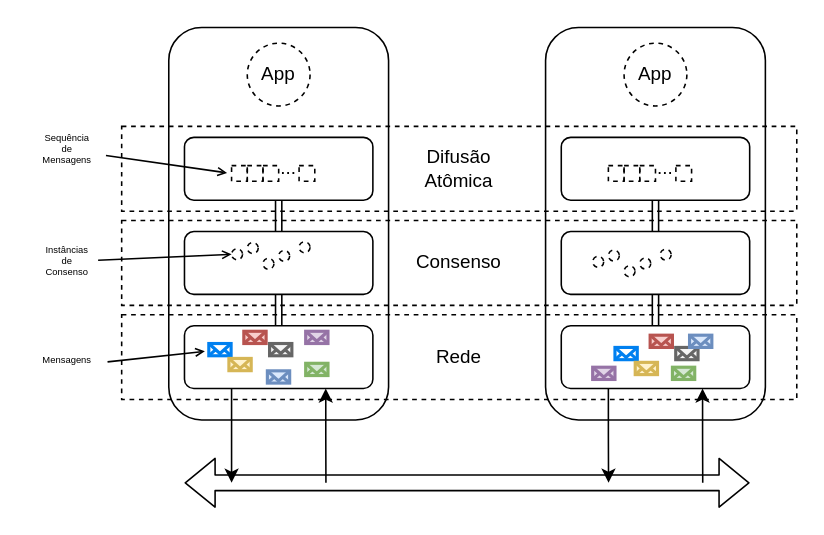
The draw.io diagram docs/drawings/abcast2.drawio in lasarojc/ds_notes, before the edit. Source tidied: cells renumbered, new cells numbered last; positions are measured from the earlier drawing's top-left corner, leaving out a move shared by most shapes. Both pictures are drawn from the tidied source at 157%, with x=0, y=0 at pixel (27, 27).
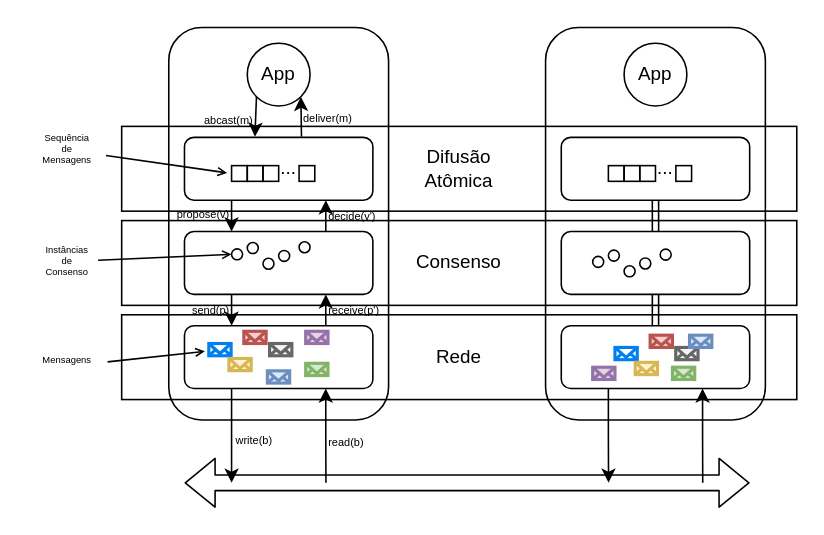
After the change.

The change refers to these unchanged cells:
```xml
<mxCell id="8" style="edgeStyle=orthogonalEdgeStyle;rounded=0;jettySize=auto;html=1;exitX=0.25;exitY=1;exitDx=0;exitDy=0;" parent="1" edge="1" source="11">
  <mxGeometry relative="1" as="geometry">
    <mxPoint x="130" y="290" as="targetPoint" />
  </mxGeometry>
</mxCell>
<mxCell id="9" style="edgeStyle=orthogonalEdgeStyle;rounded=0;jettySize=auto;html=1;exitX=0.75;exitY=1;exitDx=0;exitDy=0;startArrow=classic;startFill=1;endArrow=none;endFill=0;" parent="1" edge="1" source="11">
  <mxGeometry relative="1" as="geometry">
    <mxPoint x="190.1" y="290" as="targetPoint" />
  </mxGeometry>
</mxCell>
<mxCell id="11" style="rounded=1;whiteSpace=wrap;html=1;" parent="1" vertex="1">
  <mxGeometry x="100" y="190" width="120" height="40" as="geometry" />
</mxCell>
<mxCell id="19" style="rounded=1;whiteSpace=wrap;html=1;" parent="1" vertex="1">
  <mxGeometry x="100" y="70" width="120" height="40" as="geometry" />
</mxCell>
<mxCell id="21" style="rounded=1;whiteSpace=wrap;html=1;" parent="1" vertex="1">
  <mxGeometry x="100" y="130" width="120" height="40" as="geometry" />
</mxCell>
<mxCell id="24" style="group;" parent="1" vertex="1">
  <mxGeometry x="130" y="80" width="53" height="20" as="geometry" />
</mxCell>
<mxCell id="30" style="group;" parent="1" vertex="1">
  <mxGeometry x="370" y="80" width="53" height="20" as="geometry" />
</mxCell>
<mxCell id="50" style="group;" parent="1" vertex="1">
  <mxGeometry x="115.5" y="193.5" width="76" height="33" as="geometry" />
</mxCell>
<mxCell id="58" style="group;" parent="1" vertex="1">
  <mxGeometry x="360" y="196" width="76" height="28.3" as="geometry" />
</mxCell>
```

The edit, as a diff of the source:
```diff
@@
-    <mxCell id="4" value="Rede" style="rounded=0;whiteSpace=wrap;html=1;dashed=1;fillColor=none;" parent="1" vertex="1">
+    <mxCell id="4" value="Rede" style="rounded=0;whiteSpace=wrap;html=1;fillColor=none;" parent="1" vertex="1">
       <mxGeometry x="60" y="183" width="430" height="54" as="geometry" />
     </mxCell>
-    <mxCell id="5" value="Consenso" style="rounded=0;whiteSpace=wrap;html=1;dashed=1;fillColor=none;" parent="1" vertex="1">
+    <mxCell id="5" value="Consenso" style="rounded=0;whiteSpace=wrap;html=1;fillColor=none;" parent="1" vertex="1">
       <mxGeometry x="60" y="123" width="430" height="54" as="geometry" />
     </mxCell>
-    <mxCell id="6" value="Difusão&lt;br&gt;Atômica" style="rounded=0;whiteSpace=wrap;html=1;dashed=1;fillColor=none;" parent="1" vertex="1">
+    <mxCell id="6" value="Difusão&lt;br&gt;Atômica" style="rounded=0;whiteSpace=wrap;html=1;fillColor=none;" parent="1" vertex="1">
       <mxGeometry x="60" y="63" width="430" height="54" as="geometry" />
     </mxCell>
@@
+    <mxCell id="68" value="write(b)" style="edgeLabel;html=1;align=left;verticalAlign=middle;labelBackgroundColor=none;fontSize=7;" parent="8" vertex="1">
+      <mxGeometry x="0.11" y="1" relative="1" as="geometry" />
+    </mxCell>
@@
+    <mxCell id="69" value="read(b)" style="edgeLabel;html=1;align=left;verticalAlign=middle;labelBackgroundColor=none;fontSize=7;" parent="9" vertex="1">
+      <mxGeometry x="0.15" y="-1" relative="1" as="geometry" />
+    </mxCell>
@@
+    <mxCell id="70" style="edgeStyle=orthogonalEdgeStyle;rounded=0;jettySize=auto;html=1;exitX=0.75;exitY=0;exitDx=0;exitDy=0;entryX=0.75;entryY=1;entryDx=0;entryDy=0;labelBackgroundColor=none;" parent="1" edge="1" source="11" target="21">
+      <mxGeometry relative="1" as="geometry" />
+    </mxCell>
+    <mxCell id="71" value="&lt;font style=&quot;font-size: 7px&quot;&gt;receive(p')&lt;/font&gt;" style="edgeLabel;html=1;align=left;verticalAlign=middle;spacingBottom=2;labelBackgroundColor=none;" parent="70" vertex="1">
+      <mxGeometry x="0.07" relative="1" as="geometry" />
+    </mxCell>
@@
+    <mxCell id="72" value="&lt;font style=&quot;font-size: 7px&quot;&gt;deliver(m)&lt;/font&gt;" style="edgeStyle=orthogonalEdgeStyle;rounded=0;jettySize=auto;html=1;entryX=1;entryY=1;entryDx=0;entryDy=0;exitX=0.621;exitY=-0.011;exitDx=0;exitDy=0;exitPerimeter=0;align=left;labelBackgroundColor=none;" parent="1" edge="1" source="19" target="22">
+      <mxGeometry relative="1" as="geometry" />
+    </mxCell>
-    <mxCell id="18" style="edgeStyle=none;rounded=0;jettySize=auto;html=1;entryX=0.5;entryY=0;entryDx=0;entryDy=0;startArrow=none;startFill=0;endArrow=open;endFill=0;fontSize=6;shape=link;" parent="1" edge="1" source="19" target="21">
+    <mxCell id="18" style="edgeStyle=orthogonalEdgeStyle;rounded=0;jettySize=auto;html=1;exitX=0.25;exitY=1;exitDx=0;exitDy=0;entryX=0.25;entryY=0;entryDx=0;entryDy=0;labelBackgroundColor=none;" parent="1" edge="1" source="19" target="21">
       <mxGeometry relative="1" as="geometry" />
     </mxCell>
+    <mxCell id="73" value="&lt;font style=&quot;font-size: 7px&quot;&gt;propose(v)&lt;/font&gt;" style="edgeLabel;html=1;align=right;verticalAlign=middle;labelBackgroundColor=none;spacingBottom=6;" parent="18" vertex="1">
+      <mxGeometry x="0.04" y="-1" relative="1" as="geometry" />
+    </mxCell>
@@
+    <mxCell id="74" style="edgeStyle=orthogonalEdgeStyle;rounded=0;jettySize=auto;html=1;exitX=0.75;exitY=0;exitDx=0;exitDy=0;entryX=0.75;entryY=1;entryDx=0;entryDy=0;labelBackgroundColor=none;" parent="1" edge="1" source="21" target="19">
+      <mxGeometry relative="1" as="geometry" />
+    </mxCell>
+    <mxCell id="75" value="&lt;font style=&quot;font-size: 7px&quot;&gt;decide(v')&lt;/font&gt;" style="edgeLabel;html=1;align=left;verticalAlign=middle;labelBackgroundColor=none;spacingBottom=2;" parent="74" vertex="1">
+      <mxGeometry x="0.07" relative="1" as="geometry" />
+    </mxCell>
-    <mxCell id="20" style="edgeStyle=none;shape=link;rounded=0;jettySize=auto;html=1;entryX=0.5;entryY=0;entryDx=0;entryDy=0;startArrow=none;startFill=0;endArrow=open;endFill=0;fontSize=6;" parent="1" edge="1" source="21" target="11">
+    <mxCell id="20" style="edgeStyle=orthogonalEdgeStyle;rounded=0;jettySize=auto;html=1;exitX=0.25;exitY=1;exitDx=0;exitDy=0;entryX=0.25;entryY=0;entryDx=0;entryDy=0;labelBackgroundColor=none;" parent="1" edge="1" source="21" target="11">
       <mxGeometry relative="1" as="geometry" />
     </mxCell>
+    <mxCell id="76" value="&lt;font style=&quot;font-size: 7px&quot;&gt;send(p)&lt;/font&gt;" style="edgeLabel;html=1;align=right;verticalAlign=middle;labelBackgroundColor=none;spacingBottom=2;" parent="20" vertex="1">
+      <mxGeometry x="-0.07" y="-1" relative="1" as="geometry" />
+    </mxCell>
@@
+    <mxCell id="77" style="edgeStyle=orthogonalEdgeStyle;rounded=0;jettySize=auto;html=1;exitX=0;exitY=1;exitDx=0;exitDy=0;entryX=0.374;entryY=-0.011;entryDx=0;entryDy=0;entryPerimeter=0;" parent="1" edge="1" source="22" target="19">
+      <mxGeometry relative="1" as="geometry" />
+    </mxCell>
+    <mxCell id="78" value="&lt;font style=&quot;font-size: 7px&quot;&gt;abcast(m)&lt;/font&gt;" style="edgeLabel;html=1;align=right;verticalAlign=middle;labelBackgroundColor=none;" parent="77" vertex="1">
+      <mxGeometry x="0.05" y="-1" relative="1" as="geometry" />
+    </mxCell>
-    <mxCell id="22" value="App" style="ellipse;whiteSpace=wrap;html=1;dashed=1;fillColor=none;" parent="1" vertex="1">
+    <mxCell id="22" value="App" style="ellipse;whiteSpace=wrap;html=1;fillColor=none;" parent="1" vertex="1">
       <mxGeometry x="140" y="10" width="40" height="40" as="geometry" />
     </mxCell>
-    <mxCell id="23" value="App" style="ellipse;whiteSpace=wrap;html=1;dashed=1;fillColor=none;" parent="1" vertex="1">
+    <mxCell id="23" value="App" style="ellipse;whiteSpace=wrap;html=1;fillColor=none;" parent="1" vertex="1">
       <mxGeometry x="380" y="10" width="40" height="40" as="geometry" />
     </mxCell>
@@
-    <mxCell id="25" style="rounded=0;whiteSpace=wrap;html=1;dashed=1;fillColor=none;" parent="24" vertex="1">
+    <mxCell id="25" style="rounded=0;whiteSpace=wrap;html=1;fillColor=none;" parent="24" vertex="1">
       <mxGeometry y="8" width="10" height="10" as="geometry" />
     </mxCell>
-    <mxCell id="26" style="rounded=0;whiteSpace=wrap;html=1;dashed=1;fillColor=none;" parent="24" vertex="1">
+    <mxCell id="26" style="rounded=0;whiteSpace=wrap;html=1;fillColor=none;" parent="24" vertex="1">
       <mxGeometry x="10" y="8" width="10" height="10" as="geometry" />
     </mxCell>
-    <mxCell id="27" style="rounded=0;whiteSpace=wrap;html=1;dashed=1;fillColor=none;" parent="24" vertex="1">
+    <mxCell id="27" style="rounded=0;whiteSpace=wrap;html=1;fillColor=none;" parent="24" vertex="1">
       <mxGeometry x="20" y="8" width="10" height="10" as="geometry" />
     </mxCell>
-    <mxCell id="28" style="rounded=0;whiteSpace=wrap;html=1;dashed=1;fillColor=none;" parent="24" vertex="1">
+    <mxCell id="28" style="rounded=0;whiteSpace=wrap;html=1;fillColor=none;" parent="24" vertex="1">
       <mxGeometry x="43" y="8" width="10" height="10" as="geometry" />
     </mxCell>
@@
-    <mxCell id="31" style="rounded=0;whiteSpace=wrap;html=1;dashed=1;fillColor=none;" parent="30" vertex="1">
+    <mxCell id="31" style="rounded=0;whiteSpace=wrap;html=1;fillColor=none;" parent="30" vertex="1">
       <mxGeometry y="8" width="10" height="10" as="geometry" />
     </mxCell>
-    <mxCell id="32" style="rounded=0;whiteSpace=wrap;html=1;dashed=1;fillColor=none;" parent="30" vertex="1">
+    <mxCell id="32" style="rounded=0;whiteSpace=wrap;html=1;fillColor=none;" parent="30" vertex="1">
       <mxGeometry x="10" y="8" width="10" height="10" as="geometry" />
     </mxCell>
-    <mxCell id="33" style="rounded=0;whiteSpace=wrap;html=1;dashed=1;fillColor=none;" parent="30" vertex="1">
+    <mxCell id="33" style="rounded=0;whiteSpace=wrap;html=1;fillColor=none;" parent="30" vertex="1">
       <mxGeometry x="20" y="8" width="10" height="10" as="geometry" />
     </mxCell>
-    <mxCell id="34" style="rounded=0;whiteSpace=wrap;html=1;dashed=1;fillColor=none;" parent="30" vertex="1">
+    <mxCell id="34" style="rounded=0;whiteSpace=wrap;html=1;fillColor=none;" parent="30" vertex="1">
       <mxGeometry x="43" y="8" width="10" height="10" as="geometry" />
     </mxCell>
@@
-    <mxCell id="38" style="ellipse;whiteSpace=wrap;html=1;dashed=1;fillColor=none;fontSize=6;" parent="1" vertex="1">
+    <mxCell id="38" style="ellipse;whiteSpace=wrap;html=1;fillColor=none;fontSize=6;" parent="1" vertex="1">
       <mxGeometry x="130" y="141" width="7" height="7" as="geometry" />
     </mxCell>
-    <mxCell id="39" style="ellipse;whiteSpace=wrap;html=1;dashed=1;fillColor=none;fontSize=6;" parent="1" vertex="1">
+    <mxCell id="39" style="ellipse;whiteSpace=wrap;html=1;fillColor=none;fontSize=6;" parent="1" vertex="1">
       <mxGeometry x="140" y="137" width="7" height="7" as="geometry" />
     </mxCell>
-    <mxCell id="40" style="ellipse;whiteSpace=wrap;html=1;dashed=1;fillColor=none;fontSize=6;" parent="1" vertex="1">
+    <mxCell id="40" style="ellipse;whiteSpace=wrap;html=1;fillColor=none;fontSize=6;" parent="1" vertex="1">
       <mxGeometry x="150" y="147" width="7" height="7" as="geometry" />
     </mxCell>
-    <mxCell id="41" style="ellipse;whiteSpace=wrap;html=1;dashed=1;fillColor=none;fontSize=6;" parent="1" vertex="1">
+    <mxCell id="41" style="ellipse;whiteSpace=wrap;html=1;fillColor=none;fontSize=6;" parent="1" vertex="1">
       <mxGeometry x="160" y="142" width="7" height="7" as="geometry" />
     </mxCell>
-    <mxCell id="42" style="ellipse;whiteSpace=wrap;html=1;dashed=1;fillColor=none;fontSize=6;" parent="1" vertex="1">
+    <mxCell id="42" style="ellipse;whiteSpace=wrap;html=1;fillColor=none;fontSize=6;" parent="1" vertex="1">
       <mxGeometry x="173" y="136.5" width="7" height="7" as="geometry" />
     </mxCell>
-    <mxCell id="43" style="ellipse;whiteSpace=wrap;html=1;dashed=1;fillColor=none;fontSize=6;" parent="1" vertex="1">
+    <mxCell id="43" style="ellipse;whiteSpace=wrap;html=1;fillColor=none;fontSize=6;" parent="1" vertex="1">
       <mxGeometry x="360" y="145.8" width="7" height="7" as="geometry" />
     </mxCell>
-    <mxCell id="44" style="ellipse;whiteSpace=wrap;html=1;dashed=1;fillColor=none;fontSize=6;" parent="1" vertex="1">
+    <mxCell id="44" style="ellipse;whiteSpace=wrap;html=1;fillColor=none;fontSize=6;" parent="1" vertex="1">
       <mxGeometry x="370" y="141.8" width="7" height="7" as="geometry" />
     </mxCell>
-    <mxCell id="45" style="ellipse;whiteSpace=wrap;html=1;dashed=1;fillColor=none;fontSize=6;" parent="1" vertex="1">
+    <mxCell id="45" style="ellipse;whiteSpace=wrap;html=1;fillColor=none;fontSize=6;" parent="1" vertex="1">
       <mxGeometry x="380" y="151.8" width="7" height="7" as="geometry" />
     </mxCell>
-    <mxCell id="46" style="ellipse;whiteSpace=wrap;html=1;dashed=1;fillColor=none;fontSize=6;" parent="1" vertex="1">
+    <mxCell id="46" style="ellipse;whiteSpace=wrap;html=1;fillColor=none;fontSize=6;" parent="1" vertex="1">
       <mxGeometry x="390" y="146.8" width="7" height="7" as="geometry" />
     </mxCell>
-    <mxCell id="47" style="ellipse;whiteSpace=wrap;html=1;dashed=1;fillColor=none;fontSize=6;" parent="1" vertex="1">
+    <mxCell id="47" style="ellipse;whiteSpace=wrap;html=1;fillColor=none;fontSize=6;" parent="1" vertex="1">
       <mxGeometry x="403" y="141.2" width="7" height="7" as="geometry" />
     </mxCell>
@@
-    <mxCell id="51" style="html=1;verticalLabelPosition=bottom;align=center;labelBackgroundColor=#ffffff;verticalAlign=top;strokeWidth=2;strokeColor=#0080F0;shadow=0;dashed=0;shape=mxgraph.ios7.icons.mail;" parent="50" vertex="1">
+    <mxCell id="51" style="html=1;verticalLabelPosition=bottom;align=center;labelBackgroundColor=#ffffff;verticalAlign=top;strokeWidth=2;strokeColor=#0080F0;shadow=0;shape=mxgraph.ios7.icons.mail;" parent="50" vertex="1">
       <mxGeometry y="7.8" width="14.2" height="7.8" as="geometry" />
     </mxCell>
-    <mxCell id="52" style="html=1;verticalLabelPosition=bottom;align=center;labelBackgroundColor=#ffffff;verticalAlign=top;strokeWidth=2;strokeColor=#b85450;shadow=0;dashed=0;shape=mxgraph.ios7.icons.mail;fillColor=#f8cecc;" parent="50" vertex="1">
+    <mxCell id="52" style="html=1;verticalLabelPosition=bottom;align=center;labelBackgroundColor=#ffffff;verticalAlign=top;strokeWidth=2;strokeColor=#b85450;shadow=0;shape=mxgraph.ios7.icons.mail;fillColor=#f8cecc;" parent="50" vertex="1">
       <mxGeometry x="22.3" width="14.2" height="7.8" as="geometry" />
     </mxCell>
-    <mxCell id="53" style="html=1;verticalLabelPosition=bottom;align=center;labelBackgroundColor=#ffffff;verticalAlign=top;strokeWidth=2;strokeColor=#d6b656;shadow=0;dashed=0;shape=mxgraph.ios7.icons.mail;fillColor=#fff2cc;" parent="50" vertex="1">
+    <mxCell id="53" style="html=1;verticalLabelPosition=bottom;align=center;labelBackgroundColor=#ffffff;verticalAlign=top;strokeWidth=2;strokeColor=#d6b656;shadow=0;shape=mxgraph.ios7.icons.mail;fillColor=#fff2cc;" parent="50" vertex="1">
       <mxGeometry x="12.8" y="17.3" width="14.2" height="7.8" as="geometry" />
     </mxCell>
-    <mxCell id="54" style="html=1;verticalLabelPosition=bottom;align=center;labelBackgroundColor=#ffffff;verticalAlign=top;strokeWidth=2;strokeColor=#666666;shadow=0;dashed=0;shape=mxgraph.ios7.icons.mail;fillColor=#f5f5f5;fontColor=#333333;" parent="50" vertex="1">
+    <mxCell id="54" style="html=1;verticalLabelPosition=bottom;align=center;labelBackgroundColor=#ffffff;verticalAlign=top;strokeWidth=2;strokeColor=#666666;shadow=0;shape=mxgraph.ios7.icons.mail;fillColor=#f5f5f5;fontColor=#333333;" parent="50" vertex="1">
       <mxGeometry x="38.7" y="7.8" width="14.2" height="7.8" as="geometry" />
     </mxCell>
-    <mxCell id="55" style="html=1;verticalLabelPosition=bottom;align=center;labelBackgroundColor=#ffffff;verticalAlign=top;strokeWidth=2;strokeColor=#6c8ebf;shadow=0;dashed=0;shape=mxgraph.ios7.icons.mail;fillColor=#dae8fc;" parent="50" vertex="1">
+    <mxCell id="55" style="html=1;verticalLabelPosition=bottom;align=center;labelBackgroundColor=#ffffff;verticalAlign=top;strokeWidth=2;strokeColor=#6c8ebf;shadow=0;shape=mxgraph.ios7.icons.mail;fillColor=#dae8fc;" parent="50" vertex="1">
       <mxGeometry x="37.3" y="25.2" width="14.2" height="7.8" as="geometry" />
     </mxCell>
-    <mxCell id="56" style="html=1;verticalLabelPosition=bottom;align=center;labelBackgroundColor=#ffffff;verticalAlign=top;strokeWidth=2;strokeColor=#82b366;shadow=0;dashed=0;shape=mxgraph.ios7.icons.mail;fillColor=#d5e8d4;" parent="50" vertex="1">
+    <mxCell id="56" style="html=1;verticalLabelPosition=bottom;align=center;labelBackgroundColor=#ffffff;verticalAlign=top;strokeWidth=2;strokeColor=#82b366;shadow=0;shape=mxgraph.ios7.icons.mail;fillColor=#d5e8d4;" parent="50" vertex="1">
       <mxGeometry x="61.7" y="20.4" width="14.2" height="7.8" as="geometry" />
     </mxCell>
-    <mxCell id="57" style="html=1;verticalLabelPosition=bottom;align=center;labelBackgroundColor=#ffffff;verticalAlign=top;strokeWidth=2;strokeColor=#9673a6;shadow=0;dashed=0;shape=mxgraph.ios7.icons.mail;fillColor=#e1d5e7;" parent="50" vertex="1">
+    <mxCell id="57" style="html=1;verticalLabelPosition=bottom;align=center;labelBackgroundColor=#ffffff;verticalAlign=top;strokeWidth=2;strokeColor=#9673a6;shadow=0;shape=mxgraph.ios7.icons.mail;fillColor=#e1d5e7;" parent="50" vertex="1">
       <mxGeometry x="61.7" width="14.2" height="7.8" as="geometry" />
     </mxCell>
@@
-    <mxCell id="59" style="html=1;verticalLabelPosition=bottom;align=center;labelBackgroundColor=#ffffff;verticalAlign=top;strokeWidth=2;strokeColor=#0080F0;shadow=0;dashed=0;shape=mxgraph.ios7.icons.mail;" parent="58" vertex="1">
+    <mxCell id="59" style="html=1;verticalLabelPosition=bottom;align=center;labelBackgroundColor=#ffffff;verticalAlign=top;strokeWidth=2;strokeColor=#0080F0;shadow=0;shape=mxgraph.ios7.icons.mail;" parent="58" vertex="1">
       <mxGeometry x="14.2" y="7.8" width="14.2" height="7.8" as="geometry" />
     </mxCell>
-    <mxCell id="60" style="html=1;verticalLabelPosition=bottom;align=center;labelBackgroundColor=#ffffff;verticalAlign=top;strokeWidth=2;strokeColor=#b85450;shadow=0;dashed=0;shape=mxgraph.ios7.icons.mail;fillColor=#f8cecc;" parent="58" vertex="1">
+    <mxCell id="60" style="html=1;verticalLabelPosition=bottom;align=center;labelBackgroundColor=#ffffff;verticalAlign=top;strokeWidth=2;strokeColor=#b85450;shadow=0;shape=mxgraph.ios7.icons.mail;fillColor=#f8cecc;" parent="58" vertex="1">
       <mxGeometry x="36.6" width="14.2" height="7.8" as="geometry" />
     </mxCell>
-    <mxCell id="61" style="html=1;verticalLabelPosition=bottom;align=center;labelBackgroundColor=#ffffff;verticalAlign=top;strokeWidth=2;strokeColor=#d6b656;shadow=0;dashed=0;shape=mxgraph.ios7.icons.mail;fillColor=#fff2cc;" parent="58" vertex="1">
+    <mxCell id="61" style="html=1;verticalLabelPosition=bottom;align=center;labelBackgroundColor=#ffffff;verticalAlign=top;strokeWidth=2;strokeColor=#d6b656;shadow=0;shape=mxgraph.ios7.icons.mail;fillColor=#fff2cc;" parent="58" vertex="1">
       <mxGeometry x="27.1" y="17.3" width="14.2" height="7.8" as="geometry" />
     </mxCell>
-    <mxCell id="62" style="html=1;verticalLabelPosition=bottom;align=center;labelBackgroundColor=#ffffff;verticalAlign=top;strokeWidth=2;strokeColor=#666666;shadow=0;dashed=0;shape=mxgraph.ios7.icons.mail;fillColor=#f5f5f5;fontColor=#333333;" parent="58" vertex="1">
+    <mxCell id="62" style="html=1;verticalLabelPosition=bottom;align=center;labelBackgroundColor=#ffffff;verticalAlign=top;strokeWidth=2;strokeColor=#666666;shadow=0;shape=mxgraph.ios7.icons.mail;fillColor=#f5f5f5;fontColor=#333333;" parent="58" vertex="1">
       <mxGeometry x="52.9" y="7.8" width="14.2" height="7.8" as="geometry" />
     </mxCell>
-    <mxCell id="63" style="html=1;verticalLabelPosition=bottom;align=center;labelBackgroundColor=#ffffff;verticalAlign=top;strokeWidth=2;strokeColor=#6c8ebf;shadow=0;dashed=0;shape=mxgraph.ios7.icons.mail;fillColor=#dae8fc;" parent="58" vertex="1">
+    <mxCell id="63" style="html=1;verticalLabelPosition=bottom;align=center;labelBackgroundColor=#ffffff;verticalAlign=top;strokeWidth=2;strokeColor=#6c8ebf;shadow=0;shape=mxgraph.ios7.icons.mail;fillColor=#dae8fc;" parent="58" vertex="1">
       <mxGeometry x="61.7" width="14.2" height="7.8" as="geometry" />
     </mxCell>
-    <mxCell id="64" style="html=1;verticalLabelPosition=bottom;align=center;labelBackgroundColor=#ffffff;verticalAlign=top;strokeWidth=2;strokeColor=#82b366;shadow=0;dashed=0;shape=mxgraph.ios7.icons.mail;fillColor=#d5e8d4;" parent="58" vertex="1">
+    <mxCell id="64" style="html=1;verticalLabelPosition=bottom;align=center;labelBackgroundColor=#ffffff;verticalAlign=top;strokeWidth=2;strokeColor=#82b366;shadow=0;shape=mxgraph.ios7.icons.mail;fillColor=#d5e8d4;" parent="58" vertex="1">
       <mxGeometry x="50.8" y="20.4" width="14.2" height="7.8" as="geometry" />
     </mxCell>
-    <mxCell id="65" style="html=1;verticalLabelPosition=bottom;align=center;labelBackgroundColor=#ffffff;verticalAlign=top;strokeWidth=2;strokeColor=#9673a6;shadow=0;dashed=0;shape=mxgraph.ios7.icons.mail;fillColor=#e1d5e7;" parent="58" vertex="1">
+    <mxCell id="65" style="html=1;verticalLabelPosition=bottom;align=center;labelBackgroundColor=#ffffff;verticalAlign=top;strokeWidth=2;strokeColor=#9673a6;shadow=0;shape=mxgraph.ios7.icons.mail;fillColor=#e1d5e7;" parent="58" vertex="1">
       <mxGeometry y="20.4" width="14.2" height="7.8" as="geometry" />
     </mxCell>
```
